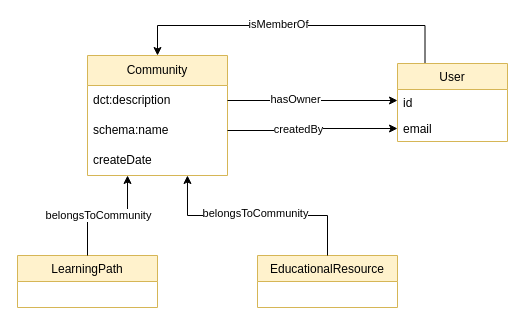
The draw.io diagram visualisations/Community.drawio in data-literacy-alliance/dalia-ontology, before the edit. Source tidied: cells renumbered, new cells numbered last; positions are measured from the earlier drawing's top-left corner, leaving out a move shared by most shapes. Both pictures are drawn from the tidied source at 100%, with x=0, y=0 at pixel (17, 25).
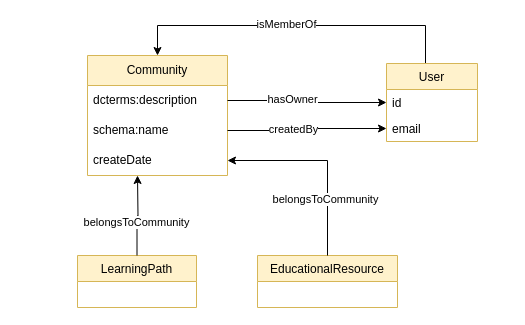
The same diagram, later.

Commit message (it also covers changes not shown here):
dcterms+4attribs+Vis

Unchanged cells that the change refers to:
```xml
<mxCell id="2" value="Community" style="swimlane;fontStyle=0;horizontal=1;startSize=30;whiteSpace=wrap;html=1;fillColor=#fff2cc;strokeColor=#d6b656;" parent="1" vertex="1">
  <mxGeometry x="70" y="30" width="140" height="120" as="geometry" />
</mxCell>
<mxCell id="7" value="createDate" style="text;strokeColor=none;fillColor=none;align=left;verticalAlign=middle;spacingLeft=4;spacingRight=4;overflow=hidden;points=[[0,0.5],[1,0.5]];portConstraint=eastwest;whiteSpace=wrap;html=1;" parent="2" vertex="1">
  <mxGeometry y="90" width="140" height="30" as="geometry" />
</mxCell>
<mxCell id="15" value="EducationalResource" style="swimlane;fontStyle=0;horizontal=1;startSize=26;fillColor=#fff2cc;strokeColor=#d6b656;" parent="1" vertex="1">
  <mxGeometry x="240" y="230" width="140" height="52" as="geometry" />
</mxCell>
```

The edit, as a diff of the source:
```diff
@@
-    <mxCell id="3" style="edgeStyle=orthogonalEdgeStyle;rounded=0;jettySize=auto;html=1;exitX=1;exitY=0.5;exitDx=0;exitDy=0;" parent="2" edge="1" source="5">
-      <mxGeometry relative="1" as="geometry">
-        <mxPoint x="310" y="45" as="targetPoint" />
-      </mxGeometry>
-    </mxCell>
-    <mxCell id="4" value="hasOwner" style="edgeLabel;html=1;align=center;verticalAlign=middle;" parent="3" vertex="1">
-      <mxGeometry x="-0.21" y="2" relative="1" as="geometry" />
-    </mxCell>
-    <mxCell id="5" value="dct:description" style="text;strokeColor=none;fillColor=none;align=left;verticalAlign=middle;spacingLeft=4;spacingRight=4;overflow=hidden;points=[[0,0.5],[1,0.5]];portConstraint=eastwest;whiteSpace=wrap;html=1;" parent="2" vertex="1">
+    <mxCell id="5" value="dcterms:description" style="text;strokeColor=none;fillColor=none;align=left;verticalAlign=middle;spacingLeft=4;spacingRight=4;overflow=hidden;points=[[0,0.5],[1,0.5]];portConstraint=eastwest;whiteSpace=wrap;html=1;" parent="2" vertex="1">
       <mxGeometry y="30" width="140" height="30" as="geometry" />
     </mxCell>
@@
     <mxCell id="10" value="User" style="swimlane;fontStyle=0;horizontal=1;startSize=26;fillColor=#fff2cc;strokeColor=#d6b656;" parent="1" vertex="1">
-      <mxGeometry x="380" y="38" width="110" height="78" as="geometry" />
+      <mxGeometry x="369" y="38" width="91" height="78" as="geometry" />
     </mxCell>
     <mxCell id="11" value="id" style="text;strokeColor=none;fillColor=none;align=left;verticalAlign=top;spacingLeft=4;spacingRight=4;overflow=hidden;points=[[0,0.5],[1,0.5]];portConstraint=eastwest;" parent="10" vertex="1">
-      <mxGeometry y="26" width="110" height="26" as="geometry" />
+      <mxGeometry y="26" width="91" height="26" as="geometry" />
     </mxCell>
     <mxCell id="12" value="email" style="text;strokeColor=none;fillColor=none;align=left;verticalAlign=top;spacingLeft=4;spacingRight=4;overflow=hidden;points=[[0,0.5],[1,0.5]];portConstraint=eastwest;" parent="10" vertex="1">
-      <mxGeometry y="52" width="110" height="26" as="geometry" />
+      <mxGeometry y="52" width="91" height="26" as="geometry" />
     </mxCell>
@@
-    <mxCell id="16" style="edgeStyle=orthogonalEdgeStyle;rounded=0;jettySize=auto;html=1;exitX=0.5;exitY=0;exitDx=0;exitDy=0;entryX=0.714;entryY=1;entryDx=0;entryDy=0;entryPerimeter=0;" parent="1" edge="1" source="15" target="7">
+    <mxCell id="16" style="edgeStyle=orthogonalEdgeStyle;rounded=0;jettySize=auto;html=1;exitX=0.5;exitY=0;exitDx=0;exitDy=0;entryX=1;entryY=0.5;entryDx=0;entryDy=0;" parent="1" edge="1" source="15" target="7">
       <mxGeometry relative="1" as="geometry" />
     </mxCell>
     <mxCell id="17" value="belongsToCommunity" style="edgeLabel;html=1;align=center;verticalAlign=middle;" parent="16" vertex="1">
       <mxGeometry x="0.24" y="-3" relative="1" as="geometry">
-        <mxPoint x="23" as="offset" />
+        <mxPoint x="23" y="41" as="offset" />
       </mxGeometry>
     </mxCell>
     <mxCell id="18" value="LearningPath" style="swimlane;fontStyle=0;horizontal=1;startSize=26;fillColor=#fff2cc;strokeColor=#d6b656;" parent="1" vertex="1">
-      <mxGeometry y="230" width="140" height="52" as="geometry" />
+      <mxGeometry x="60" y="230" width="119" height="52" as="geometry" />
     </mxCell>
-    <mxCell id="19" style="edgeStyle=orthogonalEdgeStyle;rounded=0;jettySize=auto;html=1;exitX=0.5;exitY=0;exitDx=0;exitDy=0;entryX=0.286;entryY=1;entryDx=0;entryDy=0;entryPerimeter=0;" parent="1" edge="1" source="18" target="7">
-      <mxGeometry relative="1" as="geometry" />
+    <mxCell id="19" style="edgeStyle=orthogonalEdgeStyle;rounded=0;jettySize=auto;html=1;exitX=0.5;exitY=0;exitDx=0;exitDy=0;" parent="1" edge="1" source="18">
+      <mxGeometry relative="1" as="geometry">
+        <mxPoint x="120" y="150" as="targetPoint" />
+      </mxGeometry>
     </mxCell>
@@
+    <mxCell id="3" style="edgeStyle=orthogonalEdgeStyle;rounded=0;jettySize=auto;html=1;exitX=1;exitY=0.5;exitDx=0;exitDy=0;entryX=0;entryY=0.5;entryDx=0;entryDy=0;" parent="1" edge="1" source="5" target="11">
+      <mxGeometry relative="1" as="geometry" />
+    </mxCell>
+    <mxCell id="4" value="hasOwner" style="edgeLabel;html=1;align=center;verticalAlign=middle;" parent="3" vertex="1">
+      <mxGeometry x="-0.21" y="2" relative="1" as="geometry" />
+    </mxCell>
```
